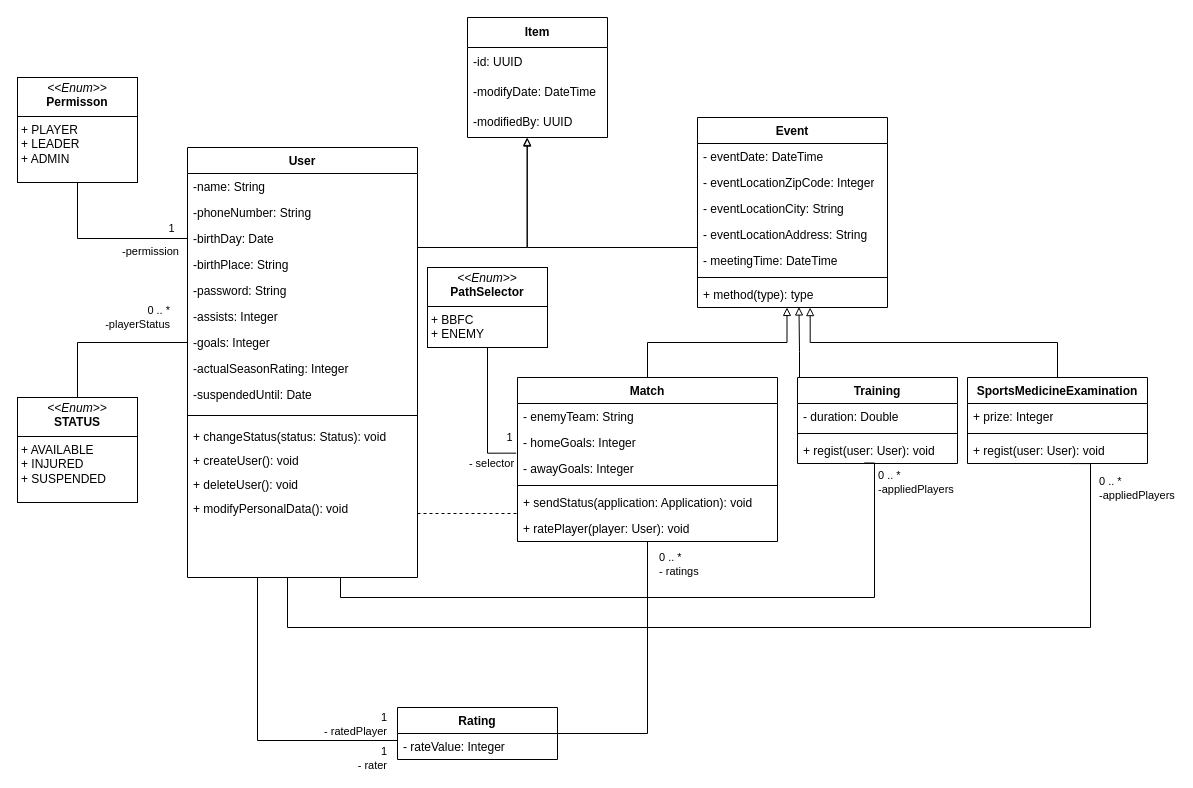
The draw.io diagram uml/bbfc_app.drawio in rigopeti96/bbfc_app, before the edit. Source tidied: cells renumbered, new cells numbered last; positions are measured from the earlier drawing's top-left corner, leaving out a move shared by most shapes. Both pictures are drawn from the tidied source at 100%, with x=0, y=0 at pixel (17, 17).
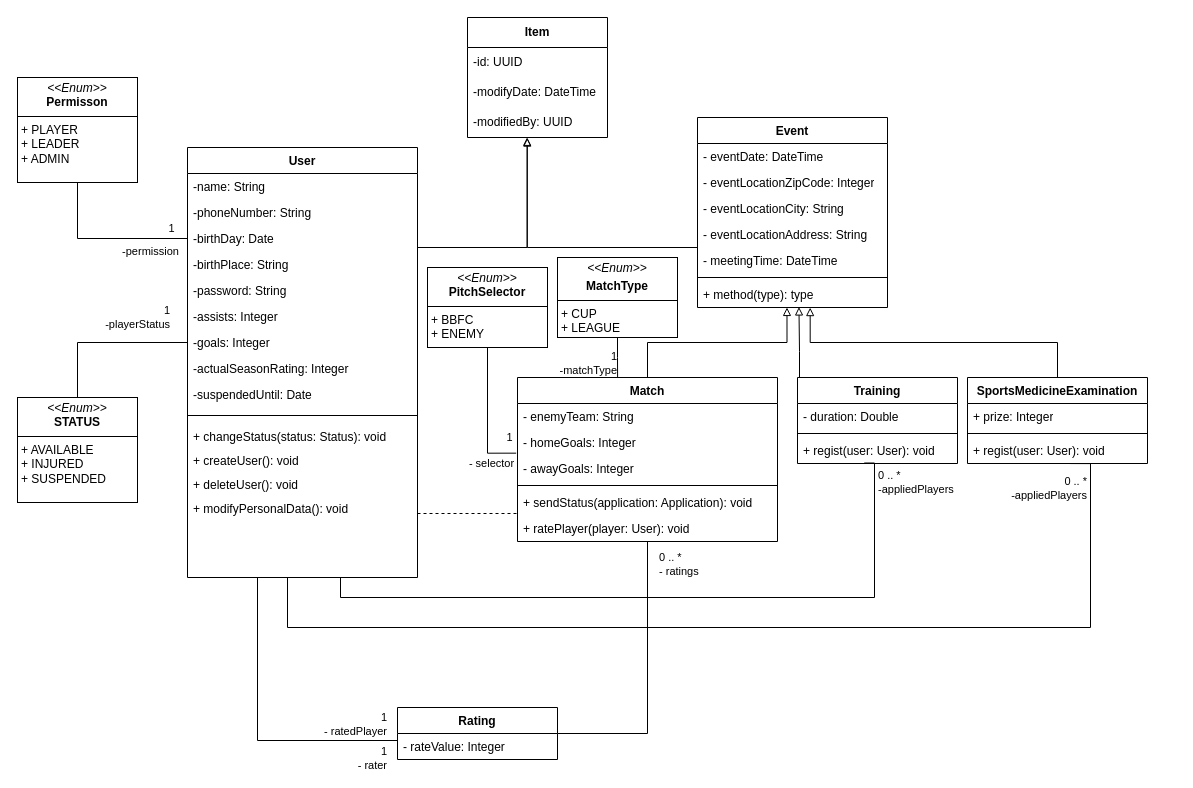
The same page after the edit.

Commit message (it also covers changes not shown here):
uml diagram refresh

The change refers to these unchanged cells:
```xml
<mxCell id="38" value="Match" style="swimlane;fontStyle=1;align=center;verticalAlign=top;horizontal=1;startSize=26;whiteSpace=wrap;html=1;" parent="1" vertex="1">
  <mxGeometry x="500" y="360" width="260" height="164" as="geometry" />
</mxCell>
<mxCell id="63" style="edgeStyle=orthogonalEdgeStyle;rounded=0;jettySize=auto;html=1;entryX=0.57;entryY=1.002;entryDx=0;entryDy=0;entryPerimeter=0;endArrow=none;endFill=0;" parent="1" edge="1" source="6" target="54">
  <mxGeometry relative="1" as="geometry">
    <Array as="points">
      <mxPoint x="270" y="610" />
      <mxPoint x="1073" y="610" />
    </Array>
  </mxGeometry>
</mxCell>
<mxCell id="67" style="edgeStyle=orthogonalEdgeStyle;rounded=0;jettySize=auto;html=1;entryX=0;entryY=0.5;entryDx=0;entryDy=0;endArrow=none;endFill=0;" parent="1" edge="1" source="69" target="13">
  <mxGeometry relative="1" as="geometry" />
</mxCell>
```

What changed in the source:
```diff
@@
-    <mxCell id="56" value="&lt;p style=&quot;margin:0px;margin-top:4px;text-align:center;&quot;&gt;&lt;i&gt;&amp;lt;&amp;lt;Enum&amp;gt;&amp;gt;&lt;/i&gt;&lt;br&gt;&lt;b&gt;PathSelector&lt;/b&gt;&lt;/p&gt;&lt;hr size=&quot;1&quot; style=&quot;border-style:solid;&quot;&gt;&lt;p style=&quot;margin:0px;margin-left:4px;&quot;&gt;+ BBFC&lt;br&gt;+ ENEMY&lt;/p&gt;" style="verticalAlign=top;align=left;overflow=fill;html=1;whiteSpace=wrap;" parent="1" vertex="1">
+    <mxCell id="56" value="&lt;p style=&quot;margin:0px;margin-top:4px;text-align:center;&quot;&gt;&lt;i&gt;&amp;lt;&amp;lt;Enum&amp;gt;&amp;gt;&lt;/i&gt;&lt;br&gt;&lt;b&gt;PitchSelector&lt;/b&gt;&lt;/p&gt;&lt;hr size=&quot;1&quot; style=&quot;border-style:solid;&quot;&gt;&lt;p style=&quot;margin:0px;margin-left:4px;&quot;&gt;+ BBFC&lt;br&gt;+ ENEMY&lt;/p&gt;" style="verticalAlign=top;align=left;overflow=fill;html=1;whiteSpace=wrap;" parent="1" vertex="1">
       <mxGeometry x="410" y="250" width="120" height="80" as="geometry" />
     </mxCell>
@@
-    <mxCell id="66" value="&lt;span style=&quot;&quot;&gt;0 .. *&lt;/span&gt;&lt;div style=&quot;&quot;&gt;-appliedPlayers&lt;/div&gt;" style="edgeLabel;html=1;align=left;verticalAlign=middle;" parent="63" vertex="1">
+    <mxCell id="66" value="&lt;span style=&quot;&quot;&gt;0 .. *&lt;/span&gt;&lt;div style=&quot;&quot;&gt;-appliedPlayers&lt;/div&gt;" style="edgeLabel;html=1;align=right;verticalAlign=middle;" parent="63" vertex="1">
       <mxGeometry x="0.34" y="3" relative="1" as="geometry">
-        <mxPoint x="165" y="-137" as="offset" />
+        <mxPoint x="155" y="-137" as="offset" />
       </mxGeometry>
     </mxCell>
@@
-    <mxCell id="68" value="&lt;span style=&quot;&quot;&gt;0 .. *&lt;/span&gt;&lt;div style=&quot;&quot;&gt;-playerStatus&lt;/div&gt;" style="edgeLabel;html=1;align=right;verticalAlign=middle;" parent="67" vertex="1">
+    <mxCell id="68" value="&lt;span style=&quot;&quot;&gt;&lt;/span&gt;&lt;div style=&quot;&quot;&gt;1&lt;br&gt;&lt;/div&gt;&lt;div style=&quot;&quot;&gt;-playerStatus&lt;/div&gt;" style="edgeLabel;html=1;align=right;verticalAlign=middle;" parent="67" vertex="1">
       <mxGeometry x="0.29" y="3" relative="1" as="geometry">
         <mxPoint x="42" y="-23" as="offset" />
       </mxGeometry>
     </mxCell>
@@
+    <mxCell id="74" style="edgeStyle=orthogonalEdgeStyle;rounded=0;jettySize=auto;html=1;entryX=0.385;entryY=0;entryDx=0;entryDy=0;entryPerimeter=0;endArrow=none;endFill=0;" parent="1" edge="1" source="76" target="38">
+      <mxGeometry relative="1" as="geometry" />
+    </mxCell>
+    <mxCell id="75" value="1&lt;br&gt;&lt;div&gt;-matchType&lt;br&gt;&lt;/div&gt;" style="edgeLabel;html=1;align=right;verticalAlign=middle;" parent="74" vertex="1">
+      <mxGeometry x="-0.25" relative="1" as="geometry">
+        <mxPoint y="10" as="offset" />
+      </mxGeometry>
+    </mxCell>
+    <mxCell id="76" value="&lt;p style=&quot;margin:0px;margin-top:4px;text-align:center;&quot;&gt;&lt;i&gt;&amp;lt;&amp;lt;Enum&amp;gt;&amp;gt;&lt;/i&gt;&lt;/p&gt;&lt;p style=&quot;margin:0px;margin-top:4px;text-align:center;&quot;&gt;&lt;b&gt;MatchType&lt;/b&gt;&lt;br&gt;&lt;/p&gt;&lt;hr size=&quot;1&quot; style=&quot;border-style:solid;&quot;&gt;&lt;p style=&quot;margin:0px;margin-left:4px;&quot;&gt;+ CUP&lt;br&gt;+ LEAGUE&lt;/p&gt;" style="verticalAlign=top;align=left;overflow=fill;html=1;whiteSpace=wrap;" parent="1" vertex="1">
+      <mxGeometry x="540" y="240" width="120" height="80" as="geometry" />
+    </mxCell>
```
